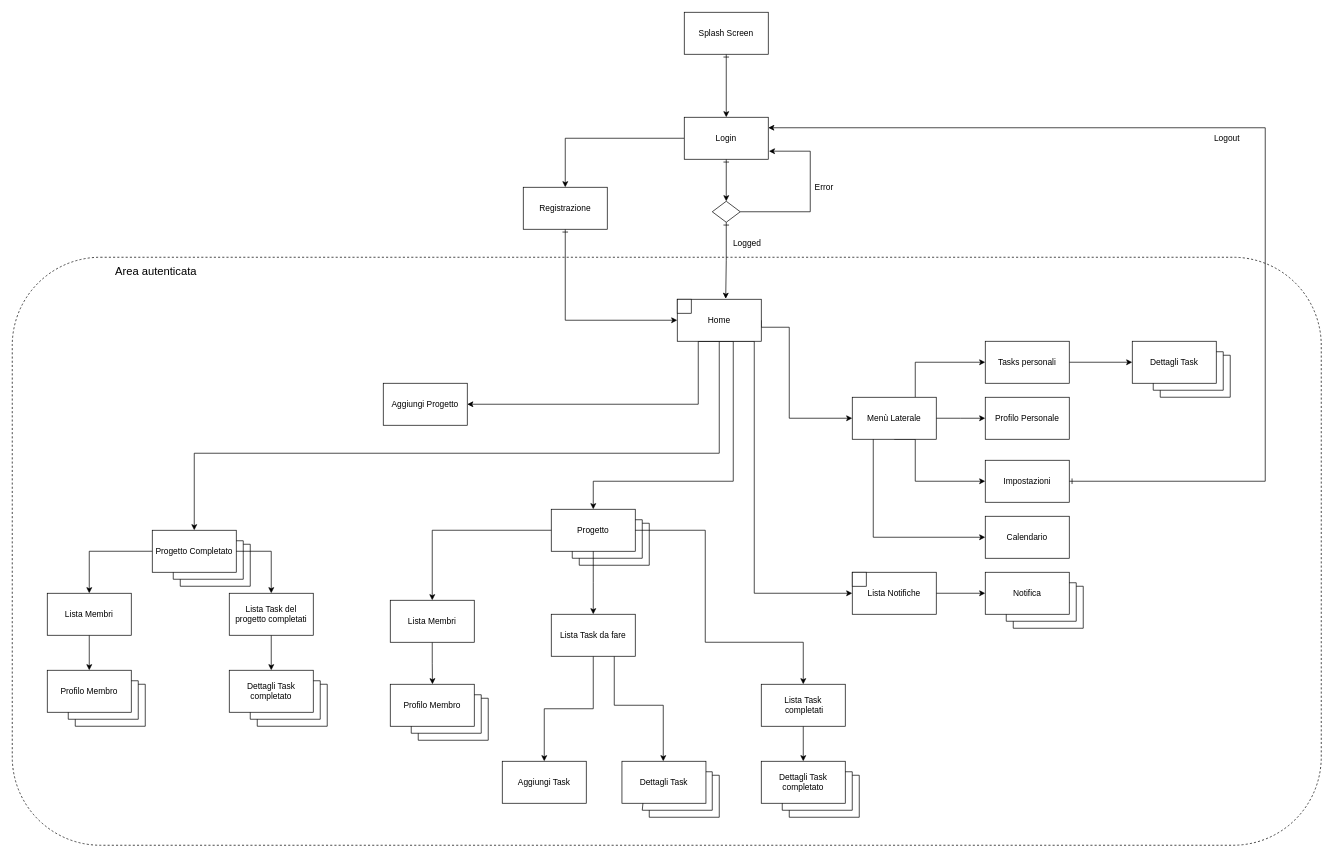
SelVer99/BeeWork keeps this draw.io diagram as Documentazione/Diagrammi/Diagrammi .drawio/BeeWork-Nav_model.drawio. Above is the earlier version. Source tidied: cells renumbered, new cells numbered last; positions are measured from the earlier drawing's top-left corner, leaving out a move shared by most shapes. Both pictures are drawn from the tidied source at 70%, with x=0, y=0 at pixel (12, 12).
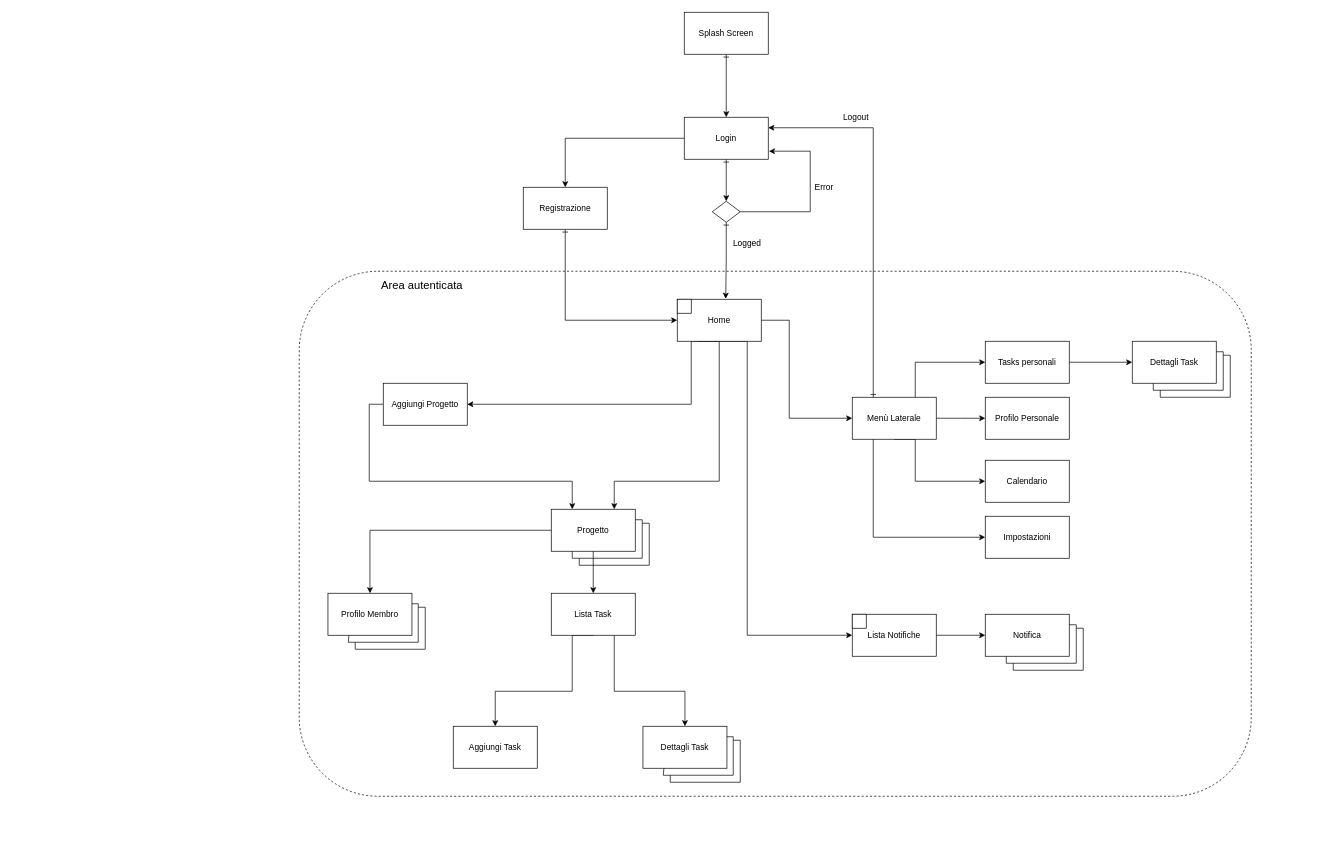
Above is the later version.

The change refers to these unchanged cells:
```xml
<mxCell id="11" value="Home" style="rounded=0;whiteSpace=wrap;html=1;" parent="1" vertex="1">
  <mxGeometry x="950" y="410" width="120" height="60" as="geometry" />
</mxCell>
<mxCell id="16" value="Menù Laterale" style="rounded=0;whiteSpace=wrap;html=1;" parent="1" vertex="1">
  <mxGeometry x="1200" y="550" width="120" height="60" as="geometry" />
</mxCell>
<mxCell id="40" value="Progetto" style="rounded=0;whiteSpace=wrap;html=1;" parent="39" vertex="1">
  <mxGeometry width="120" height="60" as="geometry" />
</mxCell>
<mxCell id="50" value="Aggiungi Progetto" style="rounded=0;whiteSpace=wrap;html=1;" parent="1" vertex="1">
  <mxGeometry x="530" y="530" width="120" height="60" as="geometry" />
</mxCell>
<mxCell id="70" value="Dettagli Task" style="rounded=0;whiteSpace=wrap;html=1;" parent="69" vertex="1">
  <mxGeometry x="1" width="120" height="60" as="geometry" />
</mxCell>
<mxCell id="102" value="Login" style="rounded=0;whiteSpace=wrap;html=1;" parent="1" vertex="1">
  <mxGeometry x="960" y="150" width="120" height="60" as="geometry" />
</mxCell>
```

What changed in the source:
```diff
@@
     <mxCell id="6" style="edgeStyle=orthogonalEdgeStyle;rounded=0;jettySize=auto;html=1;entryX=0;entryY=0.5;entryDx=0;entryDy=0;startArrow=none;startFill=0;exitX=1;exitY=0.5;exitDx=0;exitDy=0;" parent="1" edge="1" source="11" target="16">
       <mxGeometry relative="1" as="geometry">
         <Array as="points">
-          <mxPoint x="1070" y="450" />
-          <mxPoint x="1110" y="450" />
+          <mxPoint x="1110" y="440" />
           <mxPoint x="1110" y="580" />
         </Array>
       </mxGeometry>
     </mxCell>
     <mxCell id="7" style="edgeStyle=orthogonalEdgeStyle;rounded=0;jettySize=auto;html=1;exitX=0.25;exitY=1;exitDx=0;exitDy=0;startArrow=none;startFill=0;entryX=0;entryY=0.5;entryDx=0;entryDy=0;" parent="1" edge="1" source="11" target="18">
       <mxGeometry relative="1" as="geometry">
         <Array as="points">
-          <mxPoint x="1060" y="470" />
-          <mxPoint x="1060" y="830" />
+          <mxPoint x="1050" y="470" />
+          <mxPoint x="1050" y="890" />
         </Array>
       </mxGeometry>
     </mxCell>
-    <mxCell id="8" style="edgeStyle=orthogonalEdgeStyle;rounded=0;jettySize=auto;html=1;exitX=0.25;exitY=1;exitDx=0;exitDy=0;startArrow=none;startFill=0;entryX=0.5;entryY=0;entryDx=0;entryDy=0;" parent="1" edge="1" source="11" target="40">
+    <mxCell id="8" style="edgeStyle=orthogonalEdgeStyle;rounded=0;jettySize=auto;html=1;exitX=0.25;exitY=1;exitDx=0;exitDy=0;startArrow=none;startFill=0;entryX=0.75;entryY=0;entryDx=0;entryDy=0;" parent="1" edge="1" source="11" target="40">
       <mxGeometry relative="1" as="geometry">
         <Array as="points">
-          <mxPoint x="1030" y="470" />
-          <mxPoint x="1030" y="670" />
-          <mxPoint x="830" y="670" />
+          <mxPoint x="1010" y="470" />
+          <mxPoint x="1010" y="670" />
+          <mxPoint x="860" y="670" />
         </Array>
       </mxGeometry>
     </mxCell>
-    <mxCell id="9" style="edgeStyle=orthogonalEdgeStyle;rounded=0;jettySize=auto;html=1;exitX=0.5;exitY=1;exitDx=0;exitDy=0;" parent="1" edge="1" source="11" target="93">
-      <mxGeometry relative="1" as="geometry">
-        <Array as="points">
-          <mxPoint x="1010" y="630" />
-          <mxPoint x="260" y="630" />
-        </Array>
-      </mxGeometry>
-    </mxCell>
     <mxCell id="10" style="edgeStyle=orthogonalEdgeStyle;rounded=0;jettySize=auto;html=1;exitX=0.25;exitY=1;exitDx=0;exitDy=0;entryX=1;entryY=0.5;entryDx=0;entryDy=0;" parent="1" edge="1" source="11" target="50">
-      <mxGeometry relative="1" as="geometry" />
+      <mxGeometry relative="1" as="geometry">
+        <Array as="points">
+          <mxPoint x="970" y="470" />
+          <mxPoint x="970" y="560" />
+        </Array>
+      </mxGeometry>
     </mxCell>
@@
     <mxCell id="18" value="Lista Notifiche" style="rounded=0;whiteSpace=wrap;html=1;" parent="1" vertex="1">
-      <mxGeometry x="1200" y="800" width="120" height="60" as="geometry" />
+      <mxGeometry x="1200" y="860" width="120" height="60" as="geometry" />
     </mxCell>
     <mxCell id="19" style="group;" parent="1" vertex="1">
-      <mxGeometry x="1390" y="800" width="140" height="80" as="geometry" />
+      <mxGeometry x="1390" y="860" width="140" height="80" as="geometry" />
     </mxCell>
@@
-    <mxCell id="34" style="edgeStyle=orthogonalEdgeStyle;rounded=0;jettySize=auto;html=1;exitX=1;exitY=0.5;exitDx=0;exitDy=0;startArrow=ERone;startFill=0;entryX=1;entryY=0.25;entryDx=0;entryDy=0;" parent="1" edge="1" source="35" target="102">
+    <mxCell id="34" style="edgeStyle=orthogonalEdgeStyle;rounded=0;jettySize=auto;html=1;exitX=0.25;exitY=0;exitDx=0;exitDy=0;startArrow=ERone;startFill=0;entryX=1;entryY=0.25;entryDx=0;entryDy=0;" parent="1" edge="1" source="16" target="102">
       <mxGeometry relative="1" as="geometry">
         <Array as="points">
-          <mxPoint x="1790" y="670" />
-          <mxPoint x="1790" y="165" />
+          <mxPoint x="1230" y="165" />
         </Array>
       </mxGeometry>
     </mxCell>
-    <mxCell id="35" value="Impostazioni" style="rounded=0;whiteSpace=wrap;html=1;" parent="1" vertex="1">
+    <mxCell id="35" value="Calendario" style="rounded=0;whiteSpace=wrap;html=1;" parent="1" vertex="1">
       <mxGeometry x="1390" y="640" width="120" height="60" as="geometry" />
     </mxCell>
@@
-    <mxCell id="42" style="edgeStyle=orthogonalEdgeStyle;rounded=0;jettySize=auto;html=1;startArrow=none;startFill=0;exitX=0.5;exitY=1;exitDx=0;exitDy=0;" parent="1" edge="1" source="40">
-      <mxGeometry relative="1" as="geometry">
-        <mxPoint x="830" y="860" as="targetPoint" />
-      </mxGeometry>
+    <mxCell id="42" style="edgeStyle=orthogonalEdgeStyle;rounded=0;jettySize=auto;html=1;startArrow=none;startFill=0;exitX=0.5;exitY=1;exitDx=0;exitDy=0;entryX=0.5;entryY=0;entryDx=0;entryDy=0;" parent="1" edge="1" source="40" target="45">
+      <mxGeometry relative="1" as="geometry" />
     </mxCell>
     <mxCell id="43" style="edgeStyle=orthogonalEdgeStyle;rounded=0;jettySize=auto;html=1;exitX=0.5;exitY=1;exitDx=0;exitDy=0;startArrow=none;startFill=0;entryX=0.5;entryY=0;entryDx=0;entryDy=0;" parent="1" edge="1" source="45" target="51">
-      <mxGeometry relative="1" as="geometry" />
+      <mxGeometry relative="1" as="geometry">
+        <Array as="points">
+          <mxPoint x="800" y="890" />
+          <mxPoint x="800" y="970" />
+          <mxPoint x="690" y="970" />
+        </Array>
+      </mxGeometry>
     </mxCell>
-    <mxCell id="44" style="edgeStyle=orthogonalEdgeStyle;rounded=0;jettySize=auto;html=1;exitX=0.75;exitY=1;exitDx=0;exitDy=0;startArrow=none;startFill=0;" parent="1" edge="1" source="45">
+    <mxCell id="44" style="edgeStyle=orthogonalEdgeStyle;rounded=0;jettySize=auto;html=1;exitX=0.75;exitY=1;exitDx=0;exitDy=0;startArrow=none;startFill=0;entryX=0.5;entryY=0;entryDx=0;entryDy=0;" parent="1" edge="1" source="45" target="70">
       <mxGeometry relative="1" as="geometry">
-        <mxPoint x="930" y="1070" as="targetPoint" />
         <Array as="points">
-          <mxPoint x="860" y="990" />
-          <mxPoint x="930" y="990" />
+          <mxPoint x="860" y="970" />
+          <mxPoint x="961" y="970" />
         </Array>
       </mxGeometry>
     </mxCell>
-    <mxCell id="45" value="Lista Task da fare" style="rounded=0;whiteSpace=wrap;html=1;" parent="1" vertex="1">
-      <mxGeometry x="770" y="860" width="120" height="60" as="geometry" />
+    <mxCell id="45" value="Lista Task" style="rounded=0;whiteSpace=wrap;html=1;" parent="1" vertex="1">
+      <mxGeometry x="770" y="830" width="120" height="60" as="geometry" />
     </mxCell>
-    <mxCell id="46" style="edgeStyle=orthogonalEdgeStyle;rounded=0;jettySize=auto;html=1;exitX=1;exitY=0.5;exitDx=0;exitDy=0;startArrow=none;startFill=0;entryX=0.5;entryY=0;entryDx=0;entryDy=0;" parent="1" edge="1" source="40" target="48">
-      <mxGeometry relative="1" as="geometry">
-        <Array as="points">
-          <mxPoint x="990" y="740" />
-          <mxPoint x="990" y="900" />
-          <mxPoint x="1130" y="900" />
-        </Array>
-      </mxGeometry>
-    </mxCell>
-    <mxCell id="47" style="edgeStyle=orthogonalEdgeStyle;rounded=0;jettySize=auto;html=1;exitX=0.5;exitY=1;exitDx=0;exitDy=0;startArrow=none;startFill=0;entryX=0.5;entryY=0;entryDx=0;entryDy=0;" parent="1" edge="1" source="48" target="64">
-      <mxGeometry relative="1" as="geometry" />
-    </mxCell>
-    <mxCell id="48" value="Lista Task&lt;br&gt;&amp;nbsp;completati" style="rounded=0;whiteSpace=wrap;html=1;" parent="1" vertex="1">
-      <mxGeometry x="1070" y="960" width="120" height="60" as="geometry" />
-    </mxCell>
-    <mxCell id="49" style="edgeStyle=orthogonalEdgeStyle;rounded=0;jettySize=auto;html=1;exitX=0;exitY=0.5;exitDx=0;exitDy=0;startArrow=none;startFill=0;entryX=0.5;entryY=0;entryDx=0;entryDy=0;" parent="1" edge="1" source="40" target="53">
-      <mxGeometry relative="1" as="geometry" />
-    </mxCell>
+    <mxCell id="110" style="edgeStyle=orthogonalEdgeStyle;rounded=0;jettySize=auto;html=1;exitX=0;exitY=0.5;exitDx=0;exitDy=0;entryX=0.25;entryY=0;entryDx=0;entryDy=0;" parent="1" edge="1" source="50" target="40">
+      <mxGeometry relative="1" as="geometry">
+        <Array as="points">
+          <mxPoint x="510" y="560" />
+          <mxPoint x="510" y="670" />
+          <mxPoint x="800" y="670" />
+        </Array>
+      </mxGeometry>
+    </mxCell>
@@
     <mxCell id="51" value="Aggiungi Task" style="rounded=0;whiteSpace=wrap;html=1;" parent="1" vertex="1">
-      <mxGeometry x="700" y="1070" width="120" height="60" as="geometry" />
+      <mxGeometry x="630" y="1020" width="120" height="60" as="geometry" />
     </mxCell>
-    <mxCell id="52" style="edgeStyle=orthogonalEdgeStyle;rounded=0;jettySize=auto;html=1;exitX=0.5;exitY=1;exitDx=0;exitDy=0;startArrow=none;startFill=0;" parent="1" edge="1" source="53">
-      <mxGeometry relative="1" as="geometry">
-        <mxPoint x="600.3" y="960" as="targetPoint" />
-      </mxGeometry>
+    <mxCell id="52" style="edgeStyle=orthogonalEdgeStyle;rounded=0;jettySize=auto;html=1;exitX=0;exitY=0.5;exitDx=0;exitDy=0;startArrow=none;startFill=0;entryX=0.5;entryY=0;entryDx=0;entryDy=0;" parent="1" edge="1" source="40" target="115">
+      <mxGeometry relative="1" as="geometry" />
     </mxCell>
-    <mxCell id="53" value="Lista Membri" style="rounded=0;whiteSpace=wrap;html=1;" parent="1" vertex="1">
-      <mxGeometry x="540" y="840" width="120" height="60" as="geometry" />
-    </mxCell>
-    <mxCell id="54" style="group;" parent="1" vertex="1">
-      <mxGeometry x="540" y="960" width="140" height="80" as="geometry" />
-    </mxCell>
-    <mxCell id="55" style="group;" parent="54" vertex="1">
-      <mxGeometry width="140" height="80" as="geometry" />
-    </mxCell>
-    <mxCell id="56" style="endArrow=none;html=1;rounded=0;" parent="55" edge="1">
-      <mxGeometry relative="1" as="geometry">
-        <mxPoint x="40" y="70" as="sourcePoint" />
-        <mxPoint x="130" y="20" as="targetPoint" />
-        <Array as="points">
-          <mxPoint x="40" y="80" />
-          <mxPoint x="140" y="80" />
-          <mxPoint x="140" y="20" />
-        </Array>
-      </mxGeometry>
-    </mxCell>
-    <mxCell id="57" style="group;" parent="55" vertex="1">
-      <mxGeometry width="120" height="60" as="geometry" />
-    </mxCell>
-    <mxCell id="58" value="Profilo Membro" style="rounded=0;whiteSpace=wrap;html=1;" parent="57" vertex="1">
-      <mxGeometry width="120" height="60" as="geometry" />
-    </mxCell>
-    <mxCell id="59" style="edgeStyle=orthogonalEdgeStyle;rounded=0;orthogonalLoop=1;jettySize=auto;html=1;exitX=1;exitY=0.25;exitDx=0;exitDy=0;entryX=0.25;entryY=1;entryDx=0;entryDy=0;endArrow=none;endFill=0;" parent="57" edge="1" source="58" target="58">
-      <mxGeometry relative="1" as="geometry">
-        <Array as="points">
-          <mxPoint x="130" y="15" />
-          <mxPoint x="130" y="70" />
-          <mxPoint x="30" y="70" />
-        </Array>
-      </mxGeometry>
-    </mxCell>
-    <mxCell id="60" style="group;" parent="1" vertex="1">
-      <mxGeometry x="1070" y="1070" width="140" height="80" as="geometry" />
-    </mxCell>
-    <mxCell id="61" style="group;" parent="60" vertex="1">
-      <mxGeometry width="140" height="80" as="geometry" />
-    </mxCell>
-    <mxCell id="62" style="endArrow=none;html=1;rounded=0;" parent="61" edge="1">
-      <mxGeometry relative="1" as="geometry">
-        <mxPoint x="40" y="70" as="sourcePoint" />
-        <mxPoint x="130" y="20" as="targetPoint" />
-        <Array as="points">
-          <mxPoint x="40" y="80" />
-          <mxPoint x="140" y="80" />
-          <mxPoint x="140" y="20" />
-        </Array>
-      </mxGeometry>
-    </mxCell>
-    <mxCell id="63" style="group;" parent="61" vertex="1">
-      <mxGeometry width="120" height="60" as="geometry" />
-    </mxCell>
-    <mxCell id="64" value="Dettagli Task completato" style="rounded=0;whiteSpace=wrap;html=1;" parent="63" vertex="1">
-      <mxGeometry width="120" height="60" as="geometry" />
-    </mxCell>
-    <mxCell id="65" style="edgeStyle=orthogonalEdgeStyle;rounded=0;orthogonalLoop=1;jettySize=auto;html=1;exitX=1;exitY=0.25;exitDx=0;exitDy=0;entryX=0.25;entryY=1;entryDx=0;entryDy=0;endArrow=none;endFill=0;" parent="63" edge="1" source="64" target="64">
-      <mxGeometry relative="1" as="geometry">
-        <Array as="points">
-          <mxPoint x="130" y="15" />
-          <mxPoint x="130" y="70" />
-          <mxPoint x="30" y="70" />
-        </Array>
-      </mxGeometry>
-    </mxCell>
     <mxCell id="66" style="group;" parent="1" vertex="1">
-      <mxGeometry x="870" y="1070" width="140" height="80" as="geometry" />
+      <mxGeometry x="900" y="1020" width="140" height="80" as="geometry" />
     </mxCell>
@@
     <mxCell id="72" style="whiteSpace=wrap;html=1;" parent="1" vertex="1">
-      <mxGeometry x="1200" y="800" width="20" height="20" as="geometry" />
+      <mxGeometry x="1200" y="860" width="20" height="20" as="geometry" />
     </mxCell>
-    <mxCell id="73" style="edgeStyle=orthogonalEdgeStyle;rounded=0;jettySize=auto;html=1;exitX=0.5;exitY=1;exitDx=0;exitDy=0;entryX=0.5;entryY=0;entryDx=0;entryDy=0;startArrow=none;startFill=0;" parent="1" edge="1" source="74" target="79">
-      <mxGeometry relative="1" as="geometry" />
-    </mxCell>
-    <mxCell id="74" value="Lista Membri" style="rounded=0;whiteSpace=wrap;html=1;" parent="1" vertex="1">
-      <mxGeometry x="50" y="830" width="120" height="60" as="geometry" />
-    </mxCell>
-    <mxCell id="75" style="group;" parent="1" vertex="1">
-      <mxGeometry x="50" y="940" width="140" height="80" as="geometry" />
-    </mxCell>
-    <mxCell id="76" style="group;" parent="75" vertex="1">
-      <mxGeometry width="140" height="80" as="geometry" />
-    </mxCell>
-    <mxCell id="77" style="endArrow=none;html=1;rounded=0;" parent="76" edge="1">
-      <mxGeometry relative="1" as="geometry">
-        <mxPoint x="40" y="70" as="sourcePoint" />
-        <mxPoint x="130" y="20" as="targetPoint" />
-        <Array as="points">
-          <mxPoint x="40" y="80" />
-          <mxPoint x="140" y="80" />
-          <mxPoint x="140" y="20" />
-        </Array>
-      </mxGeometry>
-    </mxCell>
-    <mxCell id="78" style="group;" parent="76" vertex="1">
-      <mxGeometry width="120" height="60" as="geometry" />
-    </mxCell>
-    <mxCell id="79" value="Profilo Membro" style="rounded=0;whiteSpace=wrap;html=1;" parent="78" vertex="1">
-      <mxGeometry width="120" height="60" as="geometry" />
-    </mxCell>
-    <mxCell id="80" style="edgeStyle=orthogonalEdgeStyle;rounded=0;orthogonalLoop=1;jettySize=auto;html=1;exitX=1;exitY=0.25;exitDx=0;exitDy=0;entryX=0.25;entryY=1;entryDx=0;entryDy=0;endArrow=none;endFill=0;" parent="78" edge="1" source="79" target="79">
-      <mxGeometry relative="1" as="geometry">
-        <Array as="points">
-          <mxPoint x="130" y="15" />
-          <mxPoint x="130" y="70" />
-          <mxPoint x="30" y="70" />
-        </Array>
-      </mxGeometry>
-    </mxCell>
-    <mxCell id="81" style="edgeStyle=orthogonalEdgeStyle;rounded=0;jettySize=auto;html=1;exitX=0.5;exitY=1;exitDx=0;exitDy=0;entryX=0.5;entryY=0;entryDx=0;entryDy=0;startArrow=none;startFill=0;" parent="1" edge="1" source="82" target="87">
-      <mxGeometry relative="1" as="geometry" />
-    </mxCell>
-    <mxCell id="82" value="Lista Task del progetto completati" style="rounded=0;whiteSpace=wrap;html=1;" parent="1" vertex="1">
-      <mxGeometry x="310" y="830" width="120" height="60" as="geometry" />
-    </mxCell>
-    <mxCell id="83" style="group;" parent="1" vertex="1">
-      <mxGeometry x="310" y="940" width="140" height="80" as="geometry" />
-    </mxCell>
-    <mxCell id="84" style="group;" parent="83" vertex="1">
-      <mxGeometry width="140" height="80" as="geometry" />
-    </mxCell>
-    <mxCell id="85" style="endArrow=none;html=1;rounded=0;" parent="84" edge="1">
-      <mxGeometry relative="1" as="geometry">
-        <mxPoint x="40" y="70" as="sourcePoint" />
-        <mxPoint x="130" y="20" as="targetPoint" />
-        <Array as="points">
-          <mxPoint x="40" y="80" />
-          <mxPoint x="140" y="80" />
-          <mxPoint x="140" y="20" />
-        </Array>
-      </mxGeometry>
-    </mxCell>
-    <mxCell id="86" style="group;" parent="84" vertex="1">
-      <mxGeometry width="120" height="60" as="geometry" />
-    </mxCell>
-    <mxCell id="87" value="Dettagli Task completato" style="rounded=0;whiteSpace=wrap;html=1;" parent="86" vertex="1">
-      <mxGeometry width="120" height="60" as="geometry" />
-    </mxCell>
-    <mxCell id="88" style="edgeStyle=orthogonalEdgeStyle;rounded=0;orthogonalLoop=1;jettySize=auto;html=1;exitX=1;exitY=0.25;exitDx=0;exitDy=0;entryX=0.25;entryY=1;entryDx=0;entryDy=0;endArrow=none;endFill=0;" parent="86" edge="1" source="87" target="87">
-      <mxGeometry relative="1" as="geometry">
-        <Array as="points">
-          <mxPoint x="130" y="15" />
-          <mxPoint x="130" y="70" />
-          <mxPoint x="30" y="70" />
-        </Array>
-      </mxGeometry>
-    </mxCell>
-    <mxCell id="89" style="group;" parent="1" vertex="1">
-      <mxGeometry x="200" y="740" width="140" height="80" as="geometry" />
-    </mxCell>
-    <mxCell id="90" style="group;" parent="89" vertex="1">
-      <mxGeometry width="140" height="80" as="geometry" />
-    </mxCell>
-    <mxCell id="91" style="endArrow=none;html=1;rounded=0;" parent="90" edge="1">
-      <mxGeometry relative="1" as="geometry">
-        <mxPoint x="40" y="70" as="sourcePoint" />
-        <mxPoint x="130" y="20" as="targetPoint" />
-        <Array as="points">
-          <mxPoint x="40" y="80" />
-          <mxPoint x="140" y="80" />
-          <mxPoint x="140" y="20" />
-        </Array>
-      </mxGeometry>
-    </mxCell>
-    <mxCell id="92" style="group;" parent="90" vertex="1">
-      <mxGeometry width="120" height="60" as="geometry" />
-    </mxCell>
-    <mxCell id="93" value="Progetto Completato" style="rounded=0;whiteSpace=wrap;html=1;" parent="92" vertex="1">
-      <mxGeometry width="120" height="60" as="geometry" />
-    </mxCell>
-    <mxCell id="94" style="edgeStyle=orthogonalEdgeStyle;rounded=0;orthogonalLoop=1;jettySize=auto;html=1;exitX=1;exitY=0.25;exitDx=0;exitDy=0;entryX=0.25;entryY=1;entryDx=0;entryDy=0;endArrow=none;endFill=0;" parent="92" edge="1" source="93" target="93">
-      <mxGeometry relative="1" as="geometry">
-        <Array as="points">
-          <mxPoint x="130" y="15" />
-          <mxPoint x="130" y="70" />
-          <mxPoint x="30" y="70" />
-        </Array>
-      </mxGeometry>
-    </mxCell>
-    <mxCell id="95" style="edgeStyle=orthogonalEdgeStyle;rounded=0;jettySize=auto;html=1;exitX=1;exitY=0.5;exitDx=0;exitDy=0;startArrow=none;startFill=0;" parent="1" edge="1" source="93" target="82">
-      <mxGeometry relative="1" as="geometry" />
-    </mxCell>
-    <mxCell id="96" style="edgeStyle=orthogonalEdgeStyle;rounded=0;jettySize=auto;html=1;exitX=0;exitY=0.5;exitDx=0;exitDy=0;startArrow=none;startFill=0;" parent="1" edge="1" source="93" target="74">
-      <mxGeometry relative="1" as="geometry" />
-    </mxCell>
@@
-    <mxCell id="98" value="Calendario" style="rounded=0;whiteSpace=wrap;html=1;" parent="1" vertex="1">
+    <mxCell id="98" value="Impostazioni" style="rounded=0;whiteSpace=wrap;html=1;" parent="1" vertex="1">
       <mxGeometry x="1390" y="720" width="120" height="60" as="geometry" />
     </mxCell>
     <mxCell id="99" value="Logout" style="text;html=1;align=center;verticalAlign=middle;" parent="1" vertex="1">
-      <mxGeometry x="1710" y="170" width="50" height="20" as="geometry" />
+      <mxGeometry x="1180" y="140" width="50" height="20" as="geometry" />
     </mxCell>
@@
     <mxCell id="108" style="rounded=1;whiteSpace=wrap;html=1;fillColor=none;dashed=1;" parent="1" vertex="1">
-      <mxGeometry y="350" width="1870" height="840" as="geometry" />
+      <mxGeometry x="410" y="370" width="1360" height="750" as="geometry" />
     </mxCell>
     <mxCell id="109" value="&lt;font style=&quot;font-size: 16px&quot;&gt;Area autenticata&lt;/font&gt;" style="text;html=1;align=center;verticalAlign=middle;" parent="1" vertex="1">
-      <mxGeometry x="140" y="360" width="130" height="20" as="geometry" />
+      <mxGeometry x="520" y="380" width="130" height="20" as="geometry" />
     </mxCell>
+    <mxCell id="111" style="group;" parent="1" vertex="1">
+      <mxGeometry x="450" y="830" width="140" height="80" as="geometry" />
+    </mxCell>
+    <mxCell id="112" style="group;" parent="111" vertex="1">
+      <mxGeometry width="140" height="80" as="geometry" />
+    </mxCell>
+    <mxCell id="113" style="endArrow=none;html=1;rounded=0;" parent="112" edge="1">
+      <mxGeometry relative="1" as="geometry">
+        <mxPoint x="40" y="70" as="sourcePoint" />
+        <mxPoint x="130" y="20" as="targetPoint" />
+        <Array as="points">
+          <mxPoint x="40" y="80" />
+          <mxPoint x="140" y="80" />
+          <mxPoint x="140" y="20" />
+        </Array>
+      </mxGeometry>
+    </mxCell>
+    <mxCell id="114" style="group;" parent="112" vertex="1">
+      <mxGeometry width="120" height="60" as="geometry" />
+    </mxCell>
+    <mxCell id="115" value="Profilo Membro" style="rounded=0;whiteSpace=wrap;html=1;" parent="114" vertex="1">
+      <mxGeometry x="1" width="120" height="60" as="geometry" />
+    </mxCell>
+    <mxCell id="116" style="edgeStyle=orthogonalEdgeStyle;rounded=0;orthogonalLoop=1;jettySize=auto;html=1;exitX=1;exitY=0.25;exitDx=0;exitDy=0;entryX=0.25;entryY=1;entryDx=0;entryDy=0;endArrow=none;endFill=0;" parent="114" edge="1" source="115" target="115">
+      <mxGeometry relative="1" as="geometry">
+        <Array as="points">
+          <mxPoint x="130" y="15" />
+          <mxPoint x="130" y="70" />
+          <mxPoint x="30" y="70" />
+        </Array>
+      </mxGeometry>
+    </mxCell>
```
